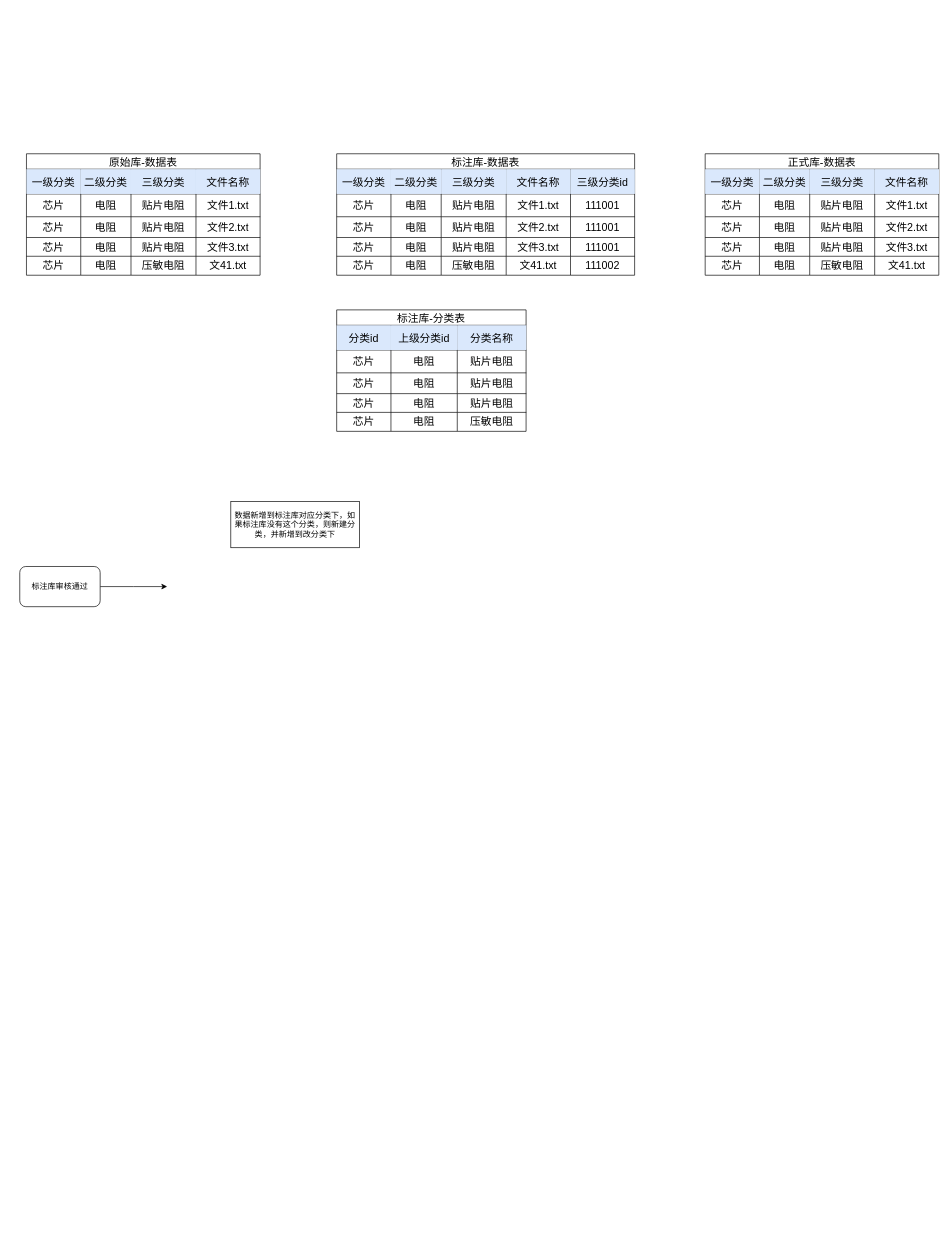
This is example.drawio from MuggleStar/draw_io, a draw.io file, before an edit. Source tidied: cells renumbered, new cells numbered last; positions are measured from the earlier drawing's top-left corner, leaving out a move shared by most shapes. Both pictures are drawn from the tidied source at 67%, with x=0, y=0 at pixel (19, 153).
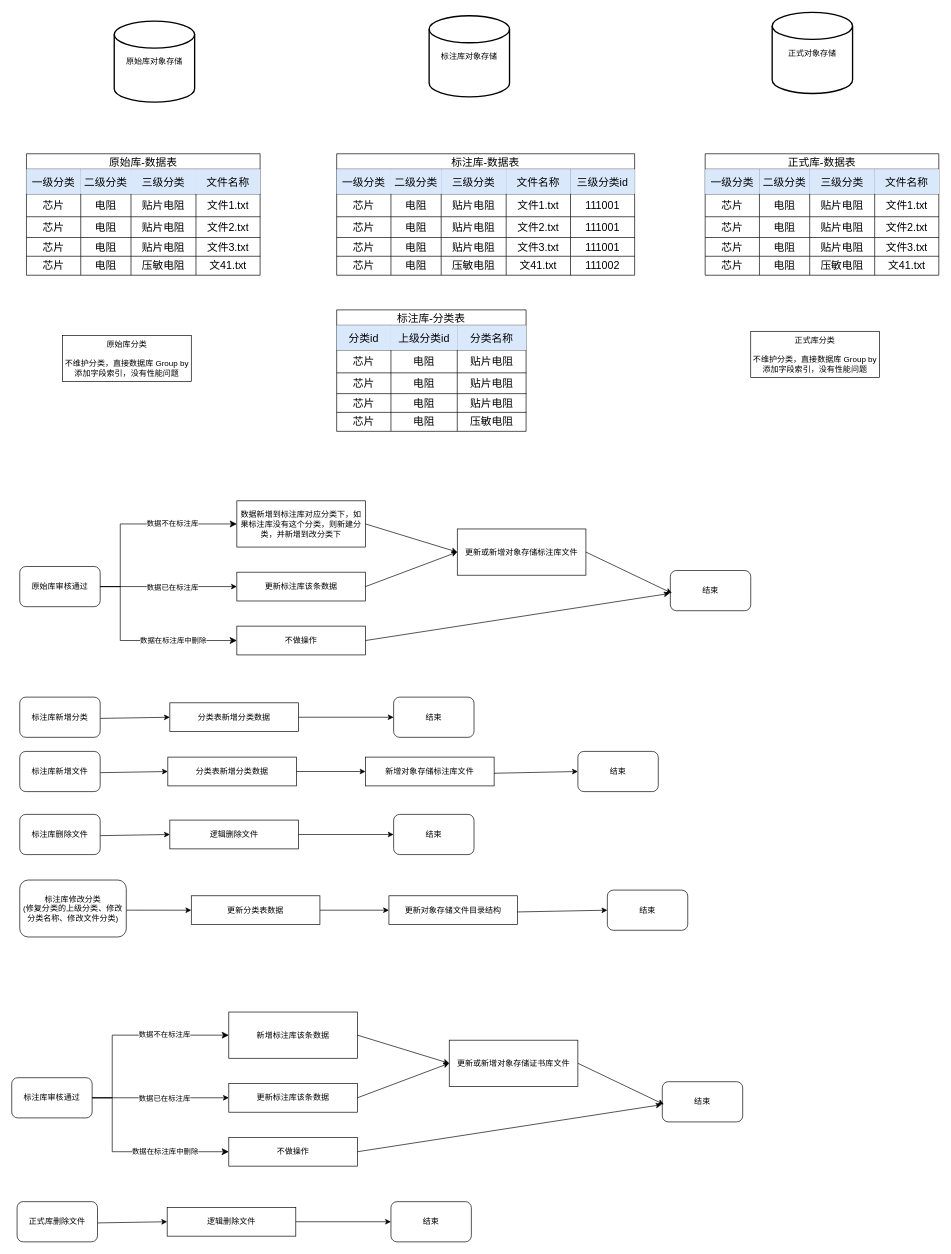
Above is the later version.

Diff of the diagram source:
```diff
@@
-    <mxCell id="106" style="edgeStyle=orthogonalEdgeStyle;rounded=0;jettySize=auto;html=1;" parent="1" edge="1" source="107">
-      <mxGeometry relative="1" as="geometry">
-        <mxPoint x="220" y="646" as="targetPoint" />
-      </mxGeometry>
+    <mxCell id="106" style="edgeStyle=orthogonalEdgeStyle;rounded=0;jettySize=auto;html=1;" parent="1" edge="1" source="107" target="110">
+      <mxGeometry relative="1" as="geometry" />
     </mxCell>
+    <mxCell id="109" value="数据已在标注库" style="edgeLabel;html=1;align=center;verticalAlign=middle;" parent="106" vertex="1">
+      <mxGeometry x="0.05" relative="1" as="geometry" />
+    </mxCell>
-    <mxCell id="107" value="标注库审核通过" style="rounded=1;whiteSpace=wrap;html=1;" parent="1" vertex="1">
+    <mxCell id="107" value="原始库审核通过" style="rounded=1;whiteSpace=wrap;html=1;" parent="1" vertex="1">
       <mxGeometry y="616" width="120" height="60" as="geometry" />
     </mxCell>
     <mxCell id="108" value="数据新增到标注库对应分类下，如果标注库没有这个分类，则新建分类，并新增到改分类下" style="rounded=0;whiteSpace=wrap;html=1;" parent="1" vertex="1">
-      <mxGeometry x="315" y="519" width="192" height="69" as="geometry" />
+      <mxGeometry x="324" y="518" width="192" height="69" as="geometry" />
     </mxCell>
+    <mxCell id="110" value="更新标注库该条数据" style="rounded=0;whiteSpace=wrap;html=1;" parent="1" vertex="1">
+      <mxGeometry x="324" y="624.5" width="192" height="43" as="geometry" />
+    </mxCell>
+    <mxCell id="111" value="不做操作" style="rounded=0;whiteSpace=wrap;html=1;" parent="1" vertex="1">
+      <mxGeometry x="324" y="705" width="192" height="43" as="geometry" />
+    </mxCell>
+    <mxCell id="112" style="edgeStyle=elbowEdgeStyle;elbow=horizontal;endArrow=classic;html=1;curved=0;rounded=0;endSize=8;startSize=8;exitX=1;exitY=0.5;exitDx=0;exitDy=0;entryX=0;entryY=0.5;entryDx=0;entryDy=0;" parent="1" edge="1" source="107" target="108">
+      <mxGeometry relative="1" as="geometry">
+        <Array as="points">
+          <mxPoint x="150" y="602" />
+        </Array>
+      </mxGeometry>
+    </mxCell>
+    <mxCell id="113" value="数据不在标注库" style="edgeLabel;html=1;align=center;verticalAlign=middle;" parent="112" vertex="1">
+      <mxGeometry x="0.35" y="1" relative="1" as="geometry" />
+    </mxCell>
+    <mxCell id="114" style="edgeStyle=elbowEdgeStyle;elbow=horizontal;endArrow=classic;html=1;curved=0;rounded=0;endSize=8;startSize=8;exitX=1;exitY=0.5;exitDx=0;exitDy=0;entryX=0;entryY=0.5;entryDx=0;entryDy=0;" parent="1" edge="1" source="107" target="111">
+      <mxGeometry relative="1" as="geometry">
+        <Array as="points">
+          <mxPoint x="150" y="684" />
+        </Array>
+      </mxGeometry>
+    </mxCell>
+    <mxCell id="115" value="数据在标注库中删除" style="edgeLabel;html=1;align=center;verticalAlign=middle;" parent="114" vertex="1">
+      <mxGeometry x="0.33" y="1" relative="1" as="geometry" />
+    </mxCell>
+    <mxCell id="116" value="更新或新增对象存储标注库文件" style="rounded=0;whiteSpace=wrap;html=1;" parent="1" vertex="1">
+      <mxGeometry x="653" y="560" width="192" height="69" as="geometry" />
+    </mxCell>
+    <mxCell id="117" value="结束" style="rounded=1;whiteSpace=wrap;html=1;" parent="1" vertex="1">
+      <mxGeometry x="971" y="622" width="120" height="60" as="geometry" />
+    </mxCell>
+    <mxCell id="118" style="endArrow=classic;html=1;rounded=0;entryX=0;entryY=0.5;entryDx=0;entryDy=0;exitX=1;exitY=0.5;exitDx=0;exitDy=0;" parent="1" edge="1" source="108" target="116">
+      <mxGeometry relative="1" as="geometry" />
+    </mxCell>
+    <mxCell id="119" style="endArrow=classic;html=1;rounded=0;entryX=0;entryY=0.5;entryDx=0;entryDy=0;exitX=1;exitY=0.5;exitDx=0;exitDy=0;" parent="1" edge="1" source="110" target="116">
+      <mxGeometry relative="1" as="geometry" />
+    </mxCell>
+    <mxCell id="120" style="endArrow=classic;html=1;rounded=0;entryX=0.019;entryY=0.564;entryDx=0;entryDy=0;exitX=1;exitY=0.5;exitDx=0;exitDy=0;entryPerimeter=0;" parent="1" edge="1" source="116" target="117">
+      <mxGeometry relative="1" as="geometry" />
+    </mxCell>
+    <mxCell id="121" style="endArrow=classic;html=1;rounded=0;entryX=-0.009;entryY=0.571;entryDx=0;entryDy=0;exitX=1;exitY=0.5;exitDx=0;exitDy=0;entryPerimeter=0;" parent="1" edge="1" source="111" target="117">
+      <mxGeometry relative="1" as="geometry" />
+    </mxCell>
+    <mxCell id="122" value="标注库新增分类" style="rounded=1;whiteSpace=wrap;html=1;" parent="1" vertex="1">
+      <mxGeometry y="811" width="120" height="60" as="geometry" />
+    </mxCell>
+    <mxCell id="123" value="分类表新增分类数据" style="rounded=0;whiteSpace=wrap;html=1;" parent="1" vertex="1">
+      <mxGeometry x="224" y="819.5" width="192" height="43" as="geometry" />
+    </mxCell>
+    <mxCell id="124" style="endArrow=classic;html=1;rounded=0;exitX=1.002;exitY=0.529;exitDx=0;exitDy=0;exitPerimeter=0;entryX=0;entryY=0.5;entryDx=0;entryDy=0;" parent="1" edge="1" source="122" target="123">
+      <mxGeometry relative="1" as="geometry" />
+    </mxCell>
+    <mxCell id="125" value="结束" style="rounded=1;whiteSpace=wrap;html=1;" parent="1" vertex="1">
+      <mxGeometry x="558" y="811" width="120" height="60" as="geometry" />
+    </mxCell>
+    <mxCell id="126" style="endArrow=classic;html=1;rounded=0;exitX=1;exitY=0.5;exitDx=0;exitDy=0;entryX=0;entryY=0.5;entryDx=0;entryDy=0;" parent="1" edge="1" source="123" target="125">
+      <mxGeometry relative="1" as="geometry" />
+    </mxCell>
+    <mxCell id="127" value="标注库新增文件" style="rounded=1;whiteSpace=wrap;html=1;" parent="1" vertex="1">
+      <mxGeometry y="892" width="120" height="60" as="geometry" />
+    </mxCell>
+    <mxCell id="128" value="分类表新增分类数据" style="rounded=0;whiteSpace=wrap;html=1;" parent="1" vertex="1">
+      <mxGeometry x="221" y="900.5" width="192" height="43" as="geometry" />
+    </mxCell>
+    <mxCell id="129" style="endArrow=classic;html=1;rounded=0;exitX=1.002;exitY=0.529;exitDx=0;exitDy=0;exitPerimeter=0;entryX=0;entryY=0.5;entryDx=0;entryDy=0;" parent="1" edge="1" source="127" target="128">
+      <mxGeometry relative="1" as="geometry" />
+    </mxCell>
+    <mxCell id="130" value="结束" style="rounded=1;whiteSpace=wrap;html=1;" parent="1" vertex="1">
+      <mxGeometry x="833" y="892" width="120" height="60" as="geometry" />
+    </mxCell>
+    <mxCell id="131" style="endArrow=classic;html=1;rounded=0;exitX=1;exitY=0.5;exitDx=0;exitDy=0;entryX=0;entryY=0.5;entryDx=0;entryDy=0;" parent="1" edge="1" source="128" target="132">
+      <mxGeometry relative="1" as="geometry" />
+    </mxCell>
+    <mxCell id="132" value="新增对象存储标注库文件" style="rounded=0;whiteSpace=wrap;html=1;" parent="1" vertex="1">
+      <mxGeometry x="516" y="900.5" width="192" height="43" as="geometry" />
+    </mxCell>
+    <mxCell id="133" style="endArrow=classic;html=1;rounded=0;entryX=0;entryY=0.5;entryDx=0;entryDy=0;exitX=0.999;exitY=0.561;exitDx=0;exitDy=0;exitPerimeter=0;" parent="1" edge="1" source="132" target="130">
+      <mxGeometry relative="1" as="geometry" />
+    </mxCell>
+    <mxCell id="134" value="标注库修改分类&lt;br&gt;(修复分类的上级分类、修改分类名称、修改文件分类)" style="rounded=1;whiteSpace=wrap;html=1;" parent="1" vertex="1">
+      <mxGeometry y="1084" width="159" height="85" as="geometry" />
+    </mxCell>
+    <mxCell id="135" value="更新分类表数据" style="rounded=0;whiteSpace=wrap;html=1;" parent="1" vertex="1">
+      <mxGeometry x="256" y="1107.5" width="192" height="43" as="geometry" />
+    </mxCell>
+    <mxCell id="136" style="endArrow=classic;html=1;rounded=0;exitX=1.002;exitY=0.529;exitDx=0;exitDy=0;exitPerimeter=0;entryX=0;entryY=0.5;entryDx=0;entryDy=0;" parent="1" edge="1" source="134" target="135">
+      <mxGeometry relative="1" as="geometry" />
+    </mxCell>
+    <mxCell id="137" value="结束" style="rounded=1;whiteSpace=wrap;html=1;" parent="1" vertex="1">
+      <mxGeometry x="877" y="1099" width="120" height="60" as="geometry" />
+    </mxCell>
+    <mxCell id="138" style="endArrow=classic;html=1;rounded=0;exitX=1;exitY=0.5;exitDx=0;exitDy=0;entryX=0;entryY=0.5;entryDx=0;entryDy=0;" parent="1" edge="1" source="135" target="139">
+      <mxGeometry relative="1" as="geometry" />
+    </mxCell>
+    <mxCell id="139" value="更新对象存储文件目录结构" style="rounded=0;whiteSpace=wrap;html=1;" parent="1" vertex="1">
+      <mxGeometry x="551" y="1107.5" width="192" height="43" as="geometry" />
+    </mxCell>
+    <mxCell id="140" style="endArrow=classic;html=1;rounded=0;entryX=0;entryY=0.5;entryDx=0;entryDy=0;exitX=0.999;exitY=0.561;exitDx=0;exitDy=0;exitPerimeter=0;" parent="1" edge="1" source="139" target="137">
+      <mxGeometry relative="1" as="geometry" />
+    </mxCell>
+    <mxCell id="141" value="标注库删除文件" style="rounded=1;whiteSpace=wrap;html=1;" parent="1" vertex="1">
+      <mxGeometry y="986" width="120" height="60" as="geometry" />
+    </mxCell>
+    <mxCell id="142" value="逻辑删除文件" style="rounded=0;whiteSpace=wrap;html=1;" parent="1" vertex="1">
+      <mxGeometry x="224" y="994.5" width="192" height="43" as="geometry" />
+    </mxCell>
+    <mxCell id="143" style="endArrow=classic;html=1;rounded=0;exitX=1.002;exitY=0.529;exitDx=0;exitDy=0;exitPerimeter=0;entryX=0;entryY=0.5;entryDx=0;entryDy=0;" parent="1" edge="1" source="141" target="142">
+      <mxGeometry relative="1" as="geometry" />
+    </mxCell>
+    <mxCell id="144" value="结束" style="rounded=1;whiteSpace=wrap;html=1;" parent="1" vertex="1">
+      <mxGeometry x="558" y="986" width="120" height="60" as="geometry" />
+    </mxCell>
+    <mxCell id="145" style="endArrow=classic;html=1;rounded=0;exitX=1;exitY=0.5;exitDx=0;exitDy=0;entryX=0;entryY=0.5;entryDx=0;entryDy=0;" parent="1" edge="1" source="142" target="144">
+      <mxGeometry relative="1" as="geometry" />
+    </mxCell>
+    <mxCell id="146" value="原始库分类&lt;br&gt;&lt;br&gt;不维护分类，直接数据库 Group by&lt;br&gt;添加字段索引，没有性能问题" style="rounded=0;whiteSpace=wrap;html=1;" parent="1" vertex="1">
+      <mxGeometry x="64" y="271" width="192" height="69" as="geometry" />
+    </mxCell>
+    <mxCell id="147" value="正式库分类&lt;br&gt;&lt;br&gt;不维护分类，直接数据库 Group by&lt;br&gt;添加字段索引，没有性能问题" style="rounded=0;whiteSpace=wrap;html=1;" parent="1" vertex="1">
+      <mxGeometry x="1091" y="265" width="192" height="69" as="geometry" />
+    </mxCell>
+    <mxCell id="148" value="原始库对象存储" style="strokeWidth=2;html=1;shape=mxgraph.flowchart.database;whiteSpace=wrap;" parent="1" vertex="1">
+      <mxGeometry x="141" y="-198" width="120" height="121" as="geometry" />
+    </mxCell>
+    <mxCell id="149" value="标注库对象存储" style="strokeWidth=2;html=1;shape=mxgraph.flowchart.database;whiteSpace=wrap;" parent="1" vertex="1">
+      <mxGeometry x="611" y="-206" width="120" height="121" as="geometry" />
+    </mxCell>
+    <mxCell id="150" value="正式对象存储" style="strokeWidth=2;html=1;shape=mxgraph.flowchart.database;whiteSpace=wrap;" parent="1" vertex="1">
+      <mxGeometry x="1123" y="-211" width="120" height="121" as="geometry" />
+    </mxCell>
+    <mxCell id="151" style="edgeStyle=orthogonalEdgeStyle;rounded=0;jettySize=auto;html=1;" parent="1" edge="1" source="153" target="155">
+      <mxGeometry relative="1" as="geometry" />
+    </mxCell>
+    <mxCell id="152" value="数据已在标注库" style="edgeLabel;html=1;align=center;verticalAlign=middle;" parent="151" vertex="1">
+      <mxGeometry x="0.05" relative="1" as="geometry" />
+    </mxCell>
+    <mxCell id="153" value="标注库审核通过" style="rounded=1;whiteSpace=wrap;html=1;" parent="1" vertex="1">
+      <mxGeometry x="-12" y="1379" width="120" height="60" as="geometry" />
+    </mxCell>
+    <mxCell id="154" value="新增标注库该条数据" style="rounded=0;whiteSpace=wrap;html=1;" parent="1" vertex="1">
+      <mxGeometry x="312" y="1281" width="192" height="69" as="geometry" />
+    </mxCell>
+    <mxCell id="155" value="更新标注库该条数据" style="rounded=0;whiteSpace=wrap;html=1;" parent="1" vertex="1">
+      <mxGeometry x="312" y="1387.5" width="192" height="43" as="geometry" />
+    </mxCell>
+    <mxCell id="156" value="不做操作" style="rounded=0;whiteSpace=wrap;html=1;" parent="1" vertex="1">
+      <mxGeometry x="312" y="1468" width="192" height="43" as="geometry" />
+    </mxCell>
+    <mxCell id="157" style="edgeStyle=elbowEdgeStyle;elbow=horizontal;endArrow=classic;html=1;curved=0;rounded=0;endSize=8;startSize=8;exitX=1;exitY=0.5;exitDx=0;exitDy=0;entryX=0;entryY=0.5;entryDx=0;entryDy=0;" parent="1" edge="1" source="153" target="154">
+      <mxGeometry relative="1" as="geometry">
+        <Array as="points">
+          <mxPoint x="138" y="1365" />
+        </Array>
+      </mxGeometry>
+    </mxCell>
+    <mxCell id="158" value="数据不在标注库" style="edgeLabel;html=1;align=center;verticalAlign=middle;" parent="157" vertex="1">
+      <mxGeometry x="0.35" y="1" relative="1" as="geometry" />
+    </mxCell>
+    <mxCell id="159" style="edgeStyle=elbowEdgeStyle;elbow=horizontal;endArrow=classic;html=1;curved=0;rounded=0;endSize=8;startSize=8;exitX=1;exitY=0.5;exitDx=0;exitDy=0;entryX=0;entryY=0.5;entryDx=0;entryDy=0;" parent="1" edge="1" source="153" target="156">
+      <mxGeometry relative="1" as="geometry">
+        <Array as="points">
+          <mxPoint x="138" y="1447" />
+        </Array>
+      </mxGeometry>
+    </mxCell>
+    <mxCell id="160" value="数据在标注库中删除" style="edgeLabel;html=1;align=center;verticalAlign=middle;" parent="159" vertex="1">
+      <mxGeometry x="0.33" y="1" relative="1" as="geometry" />
+    </mxCell>
+    <mxCell id="161" value="更新或新增对象存储证书库文件" style="rounded=0;whiteSpace=wrap;html=1;" parent="1" vertex="1">
+      <mxGeometry x="641" y="1323" width="192" height="69" as="geometry" />
+    </mxCell>
+    <mxCell id="162" value="结束" style="rounded=1;whiteSpace=wrap;html=1;" parent="1" vertex="1">
+      <mxGeometry x="959" y="1385" width="120" height="60" as="geometry" />
+    </mxCell>
+    <mxCell id="163" style="endArrow=classic;html=1;rounded=0;entryX=0;entryY=0.5;entryDx=0;entryDy=0;exitX=1;exitY=0.5;exitDx=0;exitDy=0;" parent="1" edge="1" source="154" target="161">
+      <mxGeometry relative="1" as="geometry" />
+    </mxCell>
+    <mxCell id="164" style="endArrow=classic;html=1;rounded=0;entryX=0;entryY=0.5;entryDx=0;entryDy=0;exitX=1;exitY=0.5;exitDx=0;exitDy=0;" parent="1" edge="1" source="155" target="161">
+      <mxGeometry relative="1" as="geometry" />
+    </mxCell>
+    <mxCell id="165" style="endArrow=classic;html=1;rounded=0;entryX=0.019;entryY=0.564;entryDx=0;entryDy=0;exitX=1;exitY=0.5;exitDx=0;exitDy=0;entryPerimeter=0;" parent="1" edge="1" source="161" target="162">
+      <mxGeometry relative="1" as="geometry" />
+    </mxCell>
+    <mxCell id="166" style="endArrow=classic;html=1;rounded=0;entryX=-0.009;entryY=0.571;entryDx=0;entryDy=0;exitX=1;exitY=0.5;exitDx=0;exitDy=0;entryPerimeter=0;" parent="1" edge="1" source="156" target="162">
+      <mxGeometry relative="1" as="geometry" />
+    </mxCell>
+    <mxCell id="167" value="正式库删除文件" style="rounded=1;whiteSpace=wrap;html=1;" parent="1" vertex="1">
+      <mxGeometry x="-4" y="1564" width="120" height="60" as="geometry" />
+    </mxCell>
+    <mxCell id="168" value="逻辑删除文件" style="rounded=0;whiteSpace=wrap;html=1;" parent="1" vertex="1">
+      <mxGeometry x="220" y="1572.5" width="192" height="43" as="geometry" />
+    </mxCell>
+    <mxCell id="169" style="endArrow=classic;html=1;rounded=0;exitX=1.002;exitY=0.529;exitDx=0;exitDy=0;exitPerimeter=0;entryX=0;entryY=0.5;entryDx=0;entryDy=0;" parent="1" edge="1" source="167" target="168">
+      <mxGeometry relative="1" as="geometry" />
+    </mxCell>
+    <mxCell id="170" value="结束" style="rounded=1;whiteSpace=wrap;html=1;" parent="1" vertex="1">
+      <mxGeometry x="554" y="1564" width="120" height="60" as="geometry" />
+    </mxCell>
+    <mxCell id="171" style="endArrow=classic;html=1;rounded=0;exitX=1;exitY=0.5;exitDx=0;exitDy=0;entryX=0;entryY=0.5;entryDx=0;entryDy=0;" parent="1" edge="1" source="168" target="170">
+      <mxGeometry relative="1" as="geometry" />
+    </mxCell>
```
